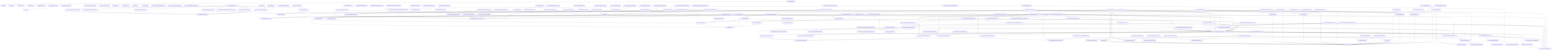
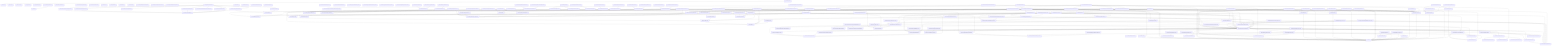
graph TD
  package__ankhorage_studio["@ankhorage/studio"]
  entrypoint_src_index_ts["src/index.ts"]
  package__ankhorage_studio --> entrypoint_src_index_ts
  module_knip_config_ts["knip.config.ts"]
  package__ankhorage_studio -.-> module_knip_config_ts
  module_paradox_config_ts["paradox.config.ts"]
  package__ankhorage_studio -.-> module_paradox_config_ts
  module_src_ankhAdmin_public_test_ts["src/ankhAdmin.public.test.ts"]
  package__ankhorage_studio -.-> module_src_ankhAdmin_public_test_ts
  module_src_ankhAdmin_public_test_ts --> module_src_root_ts
  module_src_app_index_ts["src/app/index.ts"]
  package__ankhorage_studio -.-> module_src_app_index_ts
  module_src_app_StudioApp_tsx["src/app/StudioApp.tsx"]
  package__ankhorage_studio -.-> module_src_app_StudioApp_tsx
  module_src_app_StudioDashboard_tsx["src/app/StudioDashboard.tsx"]
  package__ankhorage_studio -.-> module_src_app_StudioDashboard_tsx
  module_src_app_StudioDashboard_tsx --> module_src_hooks_useProjects_ts
  module_src_app_StudioDashboard_tsx --> module_src_hooks_useTemplateSummaries_ts
  module_src_app_StudioDashboard_tsx --> module_src_modules_dashboard_platform_ts
  module_src_app_StudioDashboard_tsx --> module_src_modules_dashboard_search_ts
  module_src_app_StudioDashboard_tsx --> module_src_modules_dashboard_templates_ts
  module_src_app_StudioDashboard_tsx --> module_src_modules_dashboard_types_ts
  module_src_app_StudioDashboard_tsx --> module_src_modules_dashboard_ui_DashboardSectionHeader_tsx
  module_src_app_StudioDashboard_tsx --> module_src_modules_dashboard_ui_ProjectCard_tsx
  module_src_app_StudioDashboard_tsx --> module_src_modules_dashboard_ui_TemplateCard_tsx
  module_src_authFlowContract_test_ts["src/authFlowContract.test.ts"]
  package__ankhorage_studio -.-> module_src_authFlowContract_test_ts
  module_src_authSettings_test_ts["src/authSettings.test.ts"]
  package__ankhorage_studio -.-> module_src_authSettings_test_ts
  module_src_authSettings_test_ts --> module_src_authSettings_ts
  module_src_authSettings_ts["src/authSettings.ts"]
  package__ankhorage_studio -.-> module_src_authSettings_ts
  module_src_canvasDragModel_public_test_ts["src/canvasDragModel.public.test.ts"]
  package__ankhorage_studio -.-> module_src_canvasDragModel_public_test_ts
  module_src_canvasDragModel_public_test_ts --> module_src_canvasDragModel_ts
  module_src_canvasDragModel_public_test_ts --> module_src_canvasDropZones_ts
  module_src_canvasDragModel_test_ts["src/canvasDragModel.test.ts"]
  package__ankhorage_studio -.-> module_src_canvasDragModel_test_ts
  module_src_canvasDragModel_test_ts --> module_src_canvasDragModel_ts
  module_src_canvasDragModel_test_ts --> module_src_canvasDropZones_ts
  module_src_canvasDragModel_ts["src/canvasDragModel.ts"]
  package__ankhorage_studio -.-> module_src_canvasDragModel_ts
  module_src_canvasDragModel_ts --> module_src_canvasDropZones_ts
  module_src_canvasDragModel_ts --> module_src_index_ts
  module_src_canvasDropZones_test_ts["src/canvasDropZones.test.ts"]
  package__ankhorage_studio -.-> module_src_canvasDropZones_test_ts
  module_src_canvasDropZones_test_ts --> module_src_canvasDropZones_ts
  module_src_canvasDropZones_test_ts --> module_src_index_ts
  module_src_canvasDropZones_ts["src/canvasDropZones.ts"]
  package__ankhorage_studio -.-> module_src_canvasDropZones_ts
  module_src_canvasDropZones_ts --> module_src_index_ts
  module_src_cli_index_ts["src/cli/index.ts"]
  package__ankhorage_studio -.-> module_src_cli_index_ts
  module_src_cli_index_ts --> module_src_host_createStudioHost_ts
  module_src_cli_index_ts --> module_src_host_http_server_ts
  module_src_cli_index_ts --> module_src_host_templateRegistry_index_ts
  module_src_cli_index_ts --> module_src_host_utils_workspaceRoot_ts
  module_src_core_constants_ts["src/core/constants.ts"]
  package__ankhorage_studio -.-> module_src_core_constants_ts
  module_src_core_StudioContext_ts["src/core/StudioContext.ts"]
  package__ankhorage_studio -.-> module_src_core_StudioContext_ts
  module_src_core_StudioContext_ts --> module_src_index_ts
  module_src_core_studioPackageBoundary_ts["src/core/studioPackageBoundary.ts"]
  package__ankhorage_studio -.-> module_src_core_studioPackageBoundary_ts
  module_src_core_StudioProvider_test_ts["src/core/StudioProvider.test.ts"]
  package__ankhorage_studio -.-> module_src_core_StudioProvider_test_ts
  module_src_core_StudioProvider_ts["src/core/StudioProvider.ts"]
  package__ankhorage_studio -.-> module_src_core_StudioProvider_ts
  module_src_core_StudioProvider_ts --> module_src_core_constants_ts
  module_src_core_StudioProvider_ts --> module_src_core_StudioContext_ts
  module_src_core_StudioProvider_ts --> module_src_index_ts
  module_src_core_StudioProvider_ts --> module_src_manifestState_ts
  module_src_core_StudioProvider_ts --> module_src_manifestSync_ts
  module_src_dnd_index_ts["src/dnd/index.ts"]
  package__ankhorage_studio -.-> module_src_dnd_index_ts
  module_src_dnd_primitives_ts["src/dnd/primitives.ts"]
  package__ankhorage_studio -.-> module_src_dnd_primitives_ts
  module_src_dnd_state_ts["src/dnd/state.ts"]
  package__ankhorage_studio -.-> module_src_dnd_state_ts
  module_src_hooks_useProjects_ts["src/hooks/useProjects.ts"]
  package__ankhorage_studio -.-> module_src_hooks_useProjects_ts
  module_src_hooks_useProjects_ts --> module_src_core_constants_ts
  module_src_hooks_useTemplateSummaries_ts["src/hooks/useTemplateSummaries.ts"]
  package__ankhorage_studio -.-> module_src_hooks_useTemplateSummaries_ts
  module_src_hooks_useTemplateSummaries_ts --> module_src_core_constants_ts
  module_src_hooks_useTemplateSummaries_ts --> module_src_modules_dashboard_types_ts
  module_src_host_auth_projectAuthHealthService_ts["src/host/auth/projectAuthHealthService.ts"]
  package__ankhorage_studio -.-> module_src_host_auth_projectAuthHealthService_ts
  module_src_host_auth_projectAuthHealthService_ts --> module_src_host_orchestrator_projectManager_ts
  module_src_host_auth_projectAuthHealthService_ts --> module_src_host_secrets_projectSecretService_ts
  module_src_host_auth_projectAuthHealthService_ts --> module_src_projectAuthHealth_ts
  module_src_host_auth_projectAuthService_test_ts["src/host/auth/projectAuthService.test.ts"]
  package__ankhorage_studio -.-> module_src_host_auth_projectAuthService_test_ts
  module_src_host_auth_projectAuthService_test_ts --> module_src_host_auth_projectAuthService_ts
  module_src_host_auth_projectAuthService_ts["src/host/auth/projectAuthService.ts"]
  package__ankhorage_studio -.-> module_src_host_auth_projectAuthService_ts
  module_src_host_auth_projectAuthService_ts --> module_src_authSettings_ts
  module_src_host_auth_projectAuthService_ts --> module_src_host_orchestrator_projectManager_ts
  module_src_host_createStudioHost_ts["src/host/createStudioHost.ts"]
  package__ankhorage_studio -.-> module_src_host_createStudioHost_ts
  module_src_host_createStudioHost_ts --> module_src_host_orchestrator_infraRuntime_ts
  module_src_host_createStudioHost_ts --> module_src_host_orchestrator_moduleManager_ts
  module_src_host_createStudioHost_ts --> module_src_host_orchestrator_projectManager_ts
  module_src_host_generatedAuthAdapterRuntime_smoke_test_ts["src/host/generatedAuthAdapterRuntime.smoke.test.ts"]
  package__ankhorage_studio -.-> module_src_host_generatedAuthAdapterRuntime_smoke_test_ts
  module_src_host_generatedAuthAdapterRuntime_smoke_test_ts --> module_src_host_orchestrator_moduleManager_ts
  module_src_host_generatedAuthAdapterRuntime_smoke_test_ts --> module_src_host_orchestrator_projectManager_ts
  module_src_host_generatedAuthAdapterRuntime_smoke_test_ts --> module_src_host_templateRegistry_index_ts
  module_src_host_hostLifecycle_smoke_test_ts["src/host/hostLifecycle.smoke.test.ts"]
  package__ankhorage_studio -.-> module_src_host_hostLifecycle_smoke_test_ts
  module_src_host_hostLifecycle_smoke_test_ts --> module_src_host_orchestrator_moduleManager_ts
  module_src_host_hostLifecycle_smoke_test_ts --> module_src_host_orchestrator_projectManager_ts
  module_src_host_hostLifecycle_smoke_test_ts --> module_src_host_templateRegistry_index_ts
  module_src_host_hostOwnership_test_ts["src/host/hostOwnership.test.ts"]
  package__ankhorage_studio -.-> module_src_host_hostOwnership_test_ts
  module_src_host_hostOwnership_test_ts --> module_src_host_http_security_ts
  module_src_host_hostOwnership_test_ts --> module_src_host_orchestrator_projectPaths_ts
  module_src_host_hostOwnership_test_ts --> module_src_host_utils_workspaceRoot_ts
  module_src_host_http_authRoutes_ts["src/host/http/authRoutes.ts"]
  package__ankhorage_studio -.-> module_src_host_http_authRoutes_ts
  module_src_host_http_authRoutes_ts --> module_src_host_auth_projectAuthHealthService_ts
  module_src_host_http_authRoutes_ts --> module_src_host_auth_projectAuthService_ts
  module_src_host_http_authRoutes_ts --> module_src_host_orchestrator_projectManager_ts
  module_src_host_http_authRoutes_ts --> module_src_host_secrets_projectSecretService_ts
  module_src_host_http_secretRoutes_ts["src/host/http/secretRoutes.ts"]
  package__ankhorage_studio -.-> module_src_host_http_secretRoutes_ts
  module_src_host_http_secretRoutes_ts --> module_src_host_orchestrator_projectManager_ts
  module_src_host_http_secretRoutes_ts --> module_src_host_secrets_projectSecretService_ts
  module_src_host_http_security_ts["src/host/http/security.ts"]
  package__ankhorage_studio -.-> module_src_host_http_security_ts
  module_src_host_http_server_ts["src/host/http/server.ts"]
  package__ankhorage_studio -.-> module_src_host_http_server_ts
  module_src_host_http_server_ts --> module_src_host_http_security_ts
  module_src_host_http_server_ts --> module_src_host_orchestrator_infraRuntime_ts
  module_src_host_http_server_ts --> module_src_host_orchestrator_moduleManager_ts
  module_src_host_http_server_ts --> module_src_host_orchestrator_projectManager_ts
  module_src_host_http_server_ts --> module_src_host_orchestrator_resolveMutations_ts
  module_src_host_http_server_ts --> module_src_host_orchestrator_studioInfraUp_ts
  module_src_host_http_server_ts --> module_src_host_templateRegistry_index_ts
  module_src_host_http_server_ts --> module_src_host_utils_trimOutput_ts
  module_src_host_http_server_ts --> module_src_host_utils_workspaceRoot_ts
  module_src_host_http_serverWithSecrets_ts["src/host/http/serverWithSecrets.ts"]
  package__ankhorage_studio -.-> module_src_host_http_serverWithSecrets_ts
  module_src_host_http_serverWithSecrets_ts --> module_src_host_http_authRoutes_ts
  module_src_host_http_serverWithSecrets_ts --> module_src_host_http_secretRoutes_ts
  module_src_host_http_serverWithSecrets_ts --> module_src_host_http_server_ts
  module_src_host_http_serverWithSecrets_ts --> module_src_host_orchestrator_moduleManager_ts
  module_src_host_http_serverWithSecrets_ts --> module_src_host_orchestrator_projectManager_ts
  module_src_host_http_serverWithSecrets_ts --> module_src_host_utils_workspaceRoot_ts
  module_src_host_http_standalone_ts["src/host/http/standalone.ts"]
  package__ankhorage_studio -.-> module_src_host_http_standalone_ts
  module_src_host_http_standalone_ts --> module_src_host_http_serverWithSecrets_ts
  module_src_host_index_ts["src/host/index.ts"]
  package__ankhorage_studio -.-> module_src_host_index_ts
  module_src_host_layout_auth_resolveAuthLayoutPlan_test_ts["src/host/layout/auth/resolveAuthLayoutPlan.test.ts"]
  package__ankhorage_studio -.-> module_src_host_layout_auth_resolveAuthLayoutPlan_test_ts
  module_src_host_layout_auth_resolveAuthLayoutPlan_test_ts --> module_src_host_layout_auth_resolveAuthLayoutPlan_ts
  module_src_host_layout_auth_resolveAuthLayoutPlan_ts["src/host/layout/auth/resolveAuthLayoutPlan.ts"]
  package__ankhorage_studio -.-> module_src_host_layout_auth_resolveAuthLayoutPlan_ts
  module_src_host_layout_layoutGenerator_test_ts["src/host/layout/layoutGenerator.test.ts"]
  package__ankhorage_studio -.-> module_src_host_layout_layoutGenerator_test_ts
  module_src_host_layout_layoutGenerator_test_ts --> module_src_host_layout_layoutGenerator_ts
  module_src_host_layout_layoutGenerator_ts["src/host/layout/layoutGenerator.ts"]
  package__ankhorage_studio -.-> module_src_host_layout_layoutGenerator_ts
  module_src_host_layout_layoutGenerator_ts --> module_src_host_layout_auth_resolveAuthLayoutPlan_ts
  module_src_host_layout_layoutGenerator_ts --> module_src_host_layout_templates_index_ts
  module_src_host_layout_layoutGenerator_ts --> module_src_host_modules_layout_ts
  module_src_host_layout_layoutGenerator_ts --> module_src_index_ts
  module_src_host_layout_layoutGenerator_ts --> module_src_studioAdminRouteModel_ts
  module_src_host_layout_templates_auth_adapter_ts["src/host/layout/templates/auth/adapter.ts"]
  package__ankhorage_studio -.-> module_src_host_layout_templates_auth_adapter_ts
  module_src_host_layout_templates_auth_callback_ts["src/host/layout/templates/auth/callback.ts"]
  package__ankhorage_studio -.-> module_src_host_layout_templates_auth_callback_ts
  module_src_host_layout_templates_auth_callback_ts --> module_src_host_layout_templates_utils_routes_ts
  module_src_host_layout_templates_auth_callback_ts --> module_src_host_layout_utils_escapeStringLiteral_ts
  module_src_host_layout_templates_auth_oauth_ts["src/host/layout/templates/auth/oauth.ts"]
  package__ankhorage_studio -.-> module_src_host_layout_templates_auth_oauth_ts
  module_src_host_layout_templates_auth_oauth_ts --> module_src_host_layout_auth_resolveAuthLayoutPlan_ts
  module_src_host_layout_templates_auth_oauth_ts --> module_src_host_layout_utils_escapeStringLiteral_ts
  module_src_host_layout_templates_auth_screen_ts["src/host/layout/templates/auth/screen.ts"]
  package__ankhorage_studio -.-> module_src_host_layout_templates_auth_screen_ts
  module_src_host_layout_templates_auth_screen_ts --> module_src_host_layout_auth_resolveAuthLayoutPlan_ts
  module_src_host_layout_templates_auth_screen_ts --> module_src_host_layout_templates_utils_routes_ts
  module_src_host_layout_templates_auth_screen_ts --> module_src_host_layout_templates_utils_strings_ts
  module_src_host_layout_templates_auth_screen_ts --> module_src_host_layout_utils_escapeStringLiteral_ts
  module_src_host_layout_templates_auth_session_ts["src/host/layout/templates/auth/session.ts"]
  package__ankhorage_studio -.-> module_src_host_layout_templates_auth_session_ts
  module_src_host_layout_templates_auth_signOut_ts["src/host/layout/templates/auth/signOut.ts"]
  package__ankhorage_studio -.-> module_src_host_layout_templates_auth_signOut_ts
  module_src_host_layout_templates_index_ts["src/host/layout/templates/index.ts"]
  package__ankhorage_studio -.-> module_src_host_layout_templates_index_ts
  module_src_host_layout_templates_navigation_ts["src/host/layout/templates/navigation.ts"]
  package__ankhorage_studio -.-> module_src_host_layout_templates_navigation_ts
  module_src_host_layout_templates_navigation_ts --> module_src_host_layout_utils_escapeStringLiteral_ts
  module_src_host_layout_templates_nestedLayout_ts["src/host/layout/templates/nestedLayout.ts"]
  package__ankhorage_studio -.-> module_src_host_layout_templates_nestedLayout_ts
  module_src_host_layout_templates_nestedLayout_ts --> module_src_host_layout_templates_navigation_ts
  module_src_host_layout_templates_nestedLayout_ts --> module_src_host_layout_templates_utils_strings_ts
  module_src_host_layout_templates_redirect_ts["src/host/layout/templates/redirect.ts"]
  package__ankhorage_studio -.-> module_src_host_layout_templates_redirect_ts
  module_src_host_layout_templates_redirect_ts --> module_src_host_layout_utils_escapeStringLiteral_ts
  module_src_host_layout_templates_rootLayout_test_ts["src/host/layout/templates/rootLayout.test.ts"]
  package__ankhorage_studio -.-> module_src_host_layout_templates_rootLayout_test_ts
  module_src_host_layout_templates_rootLayout_test_ts --> module_src_host_layout_templates_rootLayout_ts
  module_src_host_layout_templates_rootLayout_ts["src/host/layout/templates/rootLayout.ts"]
  package__ankhorage_studio -.-> module_src_host_layout_templates_rootLayout_ts
  module_src_host_layout_templates_rootLayout_ts --> module_src_host_layout_templates_navigation_ts
  module_src_host_layout_templates_rootLayout_ts --> module_src_host_layout_templates_utils_routes_ts
  module_src_host_layout_templates_rootLayout_ts --> module_src_host_layout_utils_escapeStringLiteral_ts
  module_src_host_layout_templates_rootLayout_ts --> module_src_host_modules_layout_ts
  module_src_host_layout_templates_screen_ts["src/host/layout/templates/screen.ts"]
  package__ankhorage_studio -.-> module_src_host_layout_templates_screen_ts
  module_src_host_layout_templates_screen_ts --> module_src_host_layout_templates_utils_strings_ts
  module_src_host_layout_templates_screen_ts --> module_src_host_layout_utils_escapeStringLiteral_ts
  module_src_host_layout_templates_utils_routes_ts["src/host/layout/templates/utils/routes.ts"]
  package__ankhorage_studio -.-> module_src_host_layout_templates_utils_routes_ts
  module_src_host_layout_templates_utils_strings_ts["src/host/layout/templates/utils/strings.ts"]
  package__ankhorage_studio -.-> module_src_host_layout_templates_utils_strings_ts
  module_src_host_layout_utils_escapeStringLiteral_ts["src/host/layout/utils/escapeStringLiteral.ts"]
  package__ankhorage_studio -.-> module_src_host_layout_utils_escapeStringLiteral_ts
  module_src_host_manifestSystem_auth_index_ts["src/host/manifestSystem/auth/index.ts"]
  package__ankhorage_studio -.-> module_src_host_manifestSystem_auth_index_ts
  module_src_host_manifestSystem_auth_shared_global_auth_system_tpl_ts["src/host/manifestSystem/auth/shared/global.auth.system.tpl.ts"]
  package__ankhorage_studio -.-> module_src_host_manifestSystem_auth_shared_global_auth_system_tpl_ts
  module_src_host_manifestSystem_auth_shared_index_ts["src/host/manifestSystem/auth/shared/index.ts"]
  package__ankhorage_studio -.-> module_src_host_manifestSystem_auth_shared_index_ts
  module_src_host_manifestSystem_auth_shared_index_ts --> module_src_host_manifestSystem_auth_shared_global_auth_system_tpl_ts
  module_src_host_manifestSystem_auth_shared_index_ts --> module_src_host_manifestSystem_types_ts
  module_src_host_manifestSystem_index_ts["src/host/manifestSystem/index.ts"]
  package__ankhorage_studio -.-> module_src_host_manifestSystem_index_ts
  module_src_host_manifestSystem_index_ts --> module_src_host_manifestSystem_auth_index_ts
  module_src_host_manifestSystem_index_ts --> module_src_host_manifestSystem_types_ts
  module_src_host_manifestSystem_index_ts --> module_src_host_utils_requirementsInference_ts
  module_src_host_manifestSystem_types_ts["src/host/manifestSystem/types.ts"]
  package__ankhorage_studio -.-> module_src_host_manifestSystem_types_ts
  module_src_host_modules_catalog_ts["src/host/modules/catalog.ts"]
  package__ankhorage_studio -.-> module_src_host_modules_catalog_ts
  module_src_host_modules_catalog_ts --> module_src_host_modules_layout_ts
  module_src_host_modules_layout_ts["src/host/modules/layout.ts"]
  package__ankhorage_studio -.-> module_src_host_modules_layout_ts
  module_src_host_modules_runtime_LocalFsTargetAdapter_ts["src/host/modules/runtime/LocalFsTargetAdapter.ts"]
  package__ankhorage_studio -.-> module_src_host_modules_runtime_LocalFsTargetAdapter_ts
  module_src_host_oauthFixtureConsumer_smoke_test_ts["src/host/oauthFixtureConsumer.smoke.test.ts"]
  package__ankhorage_studio -.-> module_src_host_oauthFixtureConsumer_smoke_test_ts
  module_src_host_oauthFixtureConsumer_smoke_test_ts --> module_src_host_orchestrator_moduleManager_ts
  module_src_host_oauthFixtureConsumer_smoke_test_ts --> module_src_host_orchestrator_projectManager_ts
  module_src_host_oauthFixtureConsumer_smoke_test_ts --> module_src_host_templateRegistry_index_ts
  module_src_host_orchestrator_generatedAppFiles_ts["src/host/orchestrator/generatedAppFiles.ts"]
  package__ankhorage_studio -.-> module_src_host_orchestrator_generatedAppFiles_ts
  module_src_host_orchestrator_generatedAppFiles_ts --> module_src_host_zoraExtensions_index_ts
  module_src_host_orchestrator_generatedRouteCleanup_ts["src/host/orchestrator/generatedRouteCleanup.ts"]
  package__ankhorage_studio -.-> module_src_host_orchestrator_generatedRouteCleanup_ts
  module_src_host_orchestrator_infraGenerator_ts["src/host/orchestrator/infraGenerator.ts"]
  package__ankhorage_studio -.-> module_src_host_orchestrator_infraGenerator_ts
  module_src_host_orchestrator_infraGenerator_ts --> module_src_host_orchestrator_infraValidation_ts
  module_src_host_orchestrator_infraRuntime_test_ts["src/host/orchestrator/infraRuntime.test.ts"]
  package__ankhorage_studio -.-> module_src_host_orchestrator_infraRuntime_test_ts
  module_src_host_orchestrator_infraRuntime_test_ts --> module_src_host_orchestrator_infraRuntime_ts
  module_src_host_orchestrator_infraRuntime_ts["src/host/orchestrator/infraRuntime.ts"]
  package__ankhorage_studio -.-> module_src_host_orchestrator_infraRuntime_ts
  module_src_host_orchestrator_infraRuntime_ts --> module_src_host_orchestrator_projectPaths_ts
  module_src_host_orchestrator_infraValidation_ts["src/host/orchestrator/infraValidation.ts"]
  package__ankhorage_studio -.-> module_src_host_orchestrator_infraValidation_ts
  module_src_host_orchestrator_moduleManager_ts["src/host/orchestrator/moduleManager.ts"]
  package__ankhorage_studio -.-> module_src_host_orchestrator_moduleManager_ts
  module_src_host_orchestrator_moduleManager_ts --> module_src_host_modules_catalog_ts
  module_src_host_orchestrator_moduleManager_ts --> module_src_host_modules_runtime_LocalFsTargetAdapter_ts
  module_src_host_orchestrator_moduleManager_ts --> module_src_host_orchestrator_projectManager_ts
  module_src_host_orchestrator_moduleManager_ts --> module_src_host_orchestrator_resolveMutations_ts
  module_src_host_orchestrator_projectDeletion_test_ts["src/host/orchestrator/projectDeletion.test.ts"]
  package__ankhorage_studio -.-> module_src_host_orchestrator_projectDeletion_test_ts
  module_src_host_orchestrator_projectDeletion_test_ts --> module_src_host_orchestrator_projectDeletion_ts
  module_src_host_orchestrator_projectDeletion_ts["src/host/orchestrator/projectDeletion.ts"]
  package__ankhorage_studio -.-> module_src_host_orchestrator_projectDeletion_ts
  module_src_host_orchestrator_projectManager_ts["src/host/orchestrator/projectManager.ts"]
  package__ankhorage_studio -.-> module_src_host_orchestrator_projectManager_ts
  module_src_host_orchestrator_projectManager_ts --> module_src_host_layout_layoutGenerator_ts
  module_src_host_orchestrator_projectManager_ts --> module_src_host_manifestSystem_index_ts
  module_src_host_orchestrator_projectManager_ts --> module_src_host_modules_layout_ts
  module_src_host_orchestrator_projectManager_ts --> module_src_host_orchestrator_generatedRouteCleanup_ts
  module_src_host_orchestrator_projectManager_ts --> module_src_host_orchestrator_infraGenerator_ts
  module_src_host_orchestrator_projectManager_ts --> module_src_host_orchestrator_infraRuntime_ts
  module_src_host_orchestrator_projectManager_ts --> module_src_host_orchestrator_projectDeletion_ts
  module_src_host_orchestrator_projectManager_ts --> module_src_host_orchestrator_projectPaths_ts
  module_src_host_orchestrator_projectManager_ts --> module_src_host_orchestrator_projectStore_ts
  module_src_host_orchestrator_projectManager_ts --> module_src_host_orchestrator_resolveMutations_ts
  module_src_host_orchestrator_projectManager_ts --> module_src_host_orchestrator_scaffolder_ts
  module_src_host_orchestrator_projectManager_ts --> module_src_host_orchestrator_templates_ts
  module_src_host_orchestrator_projectManager_ts --> module_src_host_orchestrator_workspaceRuntime_ts
  module_src_host_orchestrator_projectManager_ts --> module_src_host_templateRegistry_index_ts
  module_src_host_orchestrator_projectManager_ts --> module_src_host_zoraExtensions_index_ts
  module_src_host_orchestrator_projectManagerDeletion_test_ts["src/host/orchestrator/projectManagerDeletion.test.ts"]
  package__ankhorage_studio -.-> module_src_host_orchestrator_projectManagerDeletion_test_ts
  module_src_host_orchestrator_projectManagerDeletion_test_ts --> module_src_host_orchestrator_projectManager_ts
  module_src_host_orchestrator_projectPaths_ts["src/host/orchestrator/projectPaths.ts"]
  package__ankhorage_studio -.-> module_src_host_orchestrator_projectPaths_ts
  module_src_host_orchestrator_projectStore_ts["src/host/orchestrator/projectStore.ts"]
  package__ankhorage_studio -.-> module_src_host_orchestrator_projectStore_ts
  module_src_host_orchestrator_projectStore_ts --> module_src_host_orchestrator_projectPaths_ts
  module_src_host_orchestrator_resolveMutations_ts["src/host/orchestrator/resolveMutations.ts"]
  package__ankhorage_studio -.-> module_src_host_orchestrator_resolveMutations_ts
  module_src_host_orchestrator_resolveMutations_ts --> module_src_host_modules_catalog_ts
  module_src_host_orchestrator_resolveMutations_ts --> module_src_host_modules_layout_ts
  module_src_host_orchestrator_scaffolder_ts["src/host/orchestrator/scaffolder.ts"]
  package__ankhorage_studio -.-> module_src_host_orchestrator_scaffolder_ts
  module_src_host_orchestrator_scaffolder_ts --> module_src_host_manifestSystem_index_ts
  module_src_host_orchestrator_scaffolder_ts --> module_src_host_orchestrator_generatedAppFiles_ts
  module_src_host_orchestrator_scaffolder_ts --> module_src_host_orchestrator_templates_ts
  module_src_host_orchestrator_scaffolder_ts --> module_src_host_templateRegistry_index_ts
  module_src_host_orchestrator_scaffolder_ts --> module_src_host_zoraExtensions_index_ts
  module_src_host_orchestrator_studioInfraUp_ts["src/host/orchestrator/studioInfraUp.ts"]
  package__ankhorage_studio -.-> module_src_host_orchestrator_studioInfraUp_ts
  module_src_host_orchestrator_studioInfraUp_ts --> module_src_host_orchestrator_infraRuntime_ts
  module_src_host_orchestrator_studioInfraUp_ts --> module_src_host_orchestrator_projectManager_ts
  module_src_host_orchestrator_studioInfraUp_ts --> module_src_host_secrets_trustedOAuthInfraEnvironment_ts
  module_src_host_orchestrator_templates_test_ts["src/host/orchestrator/templates.test.ts"]
  package__ankhorage_studio -.-> module_src_host_orchestrator_templates_test_ts
  module_src_host_orchestrator_templates_test_ts --> module_src_host_orchestrator_templates_ts
  module_src_host_orchestrator_templates_ts["src/host/orchestrator/templates.ts"]
  package__ankhorage_studio -.-> module_src_host_orchestrator_templates_ts
  module_src_host_orchestrator_workspaceRuntime_ts["src/host/orchestrator/workspaceRuntime.ts"]
  package__ankhorage_studio -.-> module_src_host_orchestrator_workspaceRuntime_ts
  module_src_host_secrets_bunSupabaseVaultClient_ts["src/host/secrets/bunSupabaseVaultClient.ts"]
  package__ankhorage_studio -.-> module_src_host_secrets_bunSupabaseVaultClient_ts
  module_src_host_secrets_projectSecretService_test_ts["src/host/secrets/projectSecretService.test.ts"]
  package__ankhorage_studio -.-> module_src_host_secrets_projectSecretService_test_ts
  module_src_host_secrets_projectSecretService_test_ts --> module_src_host_secrets_projectSecretService_ts
  module_src_host_secrets_projectSecretService_ts["src/host/secrets/projectSecretService.ts"]
  package__ankhorage_studio -.-> module_src_host_secrets_projectSecretService_ts
  module_src_host_secrets_projectSecretService_ts --> module_src_host_orchestrator_projectManager_ts
  module_src_host_secrets_projectSecretService_ts --> module_src_host_orchestrator_projectPaths_ts
  module_src_host_secrets_projectSecretService_ts --> module_src_host_secrets_bunSupabaseVaultClient_ts
  module_src_host_secrets_projectSecretService_ts --> module_src_host_secrets_resolveProjectSecretDatabaseUrl_ts
  module_src_host_secrets_projectSecretService_ts --> module_src_projectSecretUsage_ts
  module_src_host_secrets_resolveProjectSecretDatabaseUrl_test_ts["src/host/secrets/resolveProjectSecretDatabaseUrl.test.ts"]
  package__ankhorage_studio -.-> module_src_host_secrets_resolveProjectSecretDatabaseUrl_test_ts
  module_src_host_secrets_resolveProjectSecretDatabaseUrl_test_ts --> module_src_host_secrets_resolveProjectSecretDatabaseUrl_ts
  module_src_host_secrets_resolveProjectSecretDatabaseUrl_ts["src/host/secrets/resolveProjectSecretDatabaseUrl.ts"]
  package__ankhorage_studio -.-> module_src_host_secrets_resolveProjectSecretDatabaseUrl_ts
  module_src_host_secrets_trustedOAuthInfraEnvironment_test_ts["src/host/secrets/trustedOAuthInfraEnvironment.test.ts"]
  package__ankhorage_studio -.-> module_src_host_secrets_trustedOAuthInfraEnvironment_test_ts
  module_src_host_secrets_trustedOAuthInfraEnvironment_test_ts --> module_src_host_secrets_trustedOAuthInfraEnvironment_ts
  module_src_host_secrets_trustedOAuthInfraEnvironment_ts["src/host/secrets/trustedOAuthInfraEnvironment.ts"]
  package__ankhorage_studio -.-> module_src_host_secrets_trustedOAuthInfraEnvironment_ts
  module_src_host_secrets_trustedOAuthInfraEnvironment_ts --> module_src_host_orchestrator_projectManager_ts
  module_src_host_secrets_trustedOAuthInfraEnvironment_ts --> module_src_host_secrets_projectSecretService_ts
  module_src_host_studioInfra_e2e_test_ts["src/host/studioInfra.e2e.test.ts"]
  package__ankhorage_studio -.-> module_src_host_studioInfra_e2e_test_ts
  module_src_host_studioInfra_e2e_test_ts --> module_src_host_orchestrator_infraRuntime_ts
  module_src_host_studioInfra_e2e_test_ts --> module_src_host_orchestrator_projectManager_ts
  module_src_host_studioInfra_e2e_test_ts --> module_src_host_orchestrator_studioInfraUp_ts
  module_src_host_studioInfra_e2e_test_ts --> module_src_host_secrets_trustedOAuthInfraEnvironment_ts
  module_src_host_templateRegistry_index_ts["src/host/templateRegistry/index.ts"]
  package__ankhorage_studio -.-> module_src_host_templateRegistry_index_ts
  module_src_host_utils_requirementsInference_ts["src/host/utils/requirementsInference.ts"]
  package__ankhorage_studio -.-> module_src_host_utils_requirementsInference_ts
  module_src_host_utils_trimOutput_ts["src/host/utils/trimOutput.ts"]
  package__ankhorage_studio -.-> module_src_host_utils_trimOutput_ts
  module_src_host_utils_workspaceRoot_ts["src/host/utils/workspaceRoot.ts"]
  package__ankhorage_studio -.-> module_src_host_utils_workspaceRoot_ts
  module_src_host_zoraExtensions_index_ts["src/host/zoraExtensions/index.ts"]
  package__ankhorage_studio -.-> module_src_host_zoraExtensions_index_ts
  module_src_host_zoraExtensions_index_ts --> module_src_host_templateRegistry_index_ts
  module_src_index_test_ts["src/index.test.ts"]
  package__ankhorage_studio -.-> module_src_index_test_ts
  module_src_index_test_ts --> module_src_index_ts
  module_src_index_ts["src/index.ts"]
  module_src_insertModalModel_public_test_ts["src/insertModalModel.public.test.ts"]
  package__ankhorage_studio -.-> module_src_insertModalModel_public_test_ts
  module_src_insertModalModel_public_test_ts --> module_src_index_ts
  module_src_insertModalModel_public_test_ts --> module_src_insertModalModel_ts
  module_src_insertModalModel_test_ts["src/insertModalModel.test.ts"]
  package__ankhorage_studio -.-> module_src_insertModalModel_test_ts
  module_src_insertModalModel_test_ts --> module_src_index_ts
  module_src_insertModalModel_test_ts --> module_src_insertModalModel_ts
  module_src_insertModalModel_ts["src/insertModalModel.ts"]
  package__ankhorage_studio -.-> module_src_insertModalModel_ts
  module_src_insertModalModel_ts --> module_src_index_ts
  module_src_localizationConfig_public_test_ts["src/localizationConfig.public.test.ts"]
  package__ankhorage_studio -.-> module_src_localizationConfig_public_test_ts
  module_src_localizationConfig_public_test_ts --> module_src_localizationConfig_ts
  module_src_localizationConfig_test_ts["src/localizationConfig.test.ts"]
  package__ankhorage_studio -.-> module_src_localizationConfig_test_ts
  module_src_localizationConfig_test_ts --> module_src_localizationConfig_ts
  module_src_localizationConfig_ts["src/localizationConfig.ts"]
  package__ankhorage_studio -.-> module_src_localizationConfig_ts
  module_src_localizationPanelModel_test_ts["src/localizationPanelModel.test.ts"]
  package__ankhorage_studio -.-> module_src_localizationPanelModel_test_ts
  module_src_localizationPanelModel_test_ts --> module_src_localizationPanelModel_ts
  module_src_localizationPanelModel_ts["src/localizationPanelModel.ts"]
  package__ankhorage_studio -.-> module_src_localizationPanelModel_ts
  module_src_manifestNavigatorPreviewModel_public_test_ts["src/manifestNavigatorPreviewModel.public.test.ts"]
  package__ankhorage_studio -.-> module_src_manifestNavigatorPreviewModel_public_test_ts
  module_src_manifestNavigatorPreviewModel_public_test_ts --> module_src_manifestNavigatorPreviewModel_ts
  module_src_manifestNavigatorPreviewModel_test_ts["src/manifestNavigatorPreviewModel.test.ts"]
  package__ankhorage_studio -.-> module_src_manifestNavigatorPreviewModel_test_ts
  module_src_manifestNavigatorPreviewModel_test_ts --> module_src_manifestNavigatorPreviewModel_ts
  module_src_manifestNavigatorPreviewModel_ts["src/manifestNavigatorPreviewModel.ts"]
  package__ankhorage_studio -.-> module_src_manifestNavigatorPreviewModel_ts
  module_src_manifestNavigatorPreviewModel_ts --> module_src_routeUtils_ts
  module_src_manifestState_public_test_ts["src/manifestState.public.test.ts"]
  package__ankhorage_studio -.-> module_src_manifestState_public_test_ts
  module_src_manifestState_public_test_ts --> module_src_index_ts
  module_src_manifestState_public_test_ts --> module_src_manifestState_ts
  module_src_manifestState_routes_test_ts["src/manifestState.routes.test.ts"]
  package__ankhorage_studio -.-> module_src_manifestState_routes_test_ts
  module_src_manifestState_routes_test_ts --> module_src_index_ts
  module_src_manifestState_routes_test_ts --> module_src_manifestState_ts
  module_src_manifestState_test_ts["src/manifestState.test.ts"]
  package__ankhorage_studio -.-> module_src_manifestState_test_ts
  module_src_manifestState_test_ts --> module_src_index_ts
  module_src_manifestState_test_ts --> module_src_manifestState_ts
  module_src_manifestState_ts["src/manifestState.ts"]
  package__ankhorage_studio -.-> module_src_manifestState_ts
  module_src_manifestState_ts --> module_src_index_ts
  module_src_manifestSync_test_ts["src/manifestSync.test.ts"]
  package__ankhorage_studio -.-> module_src_manifestSync_test_ts
  module_src_manifestSync_test_ts --> module_src_index_ts
  module_src_manifestSync_test_ts --> module_src_manifestSync_ts
  module_src_manifestSync_ts["src/manifestSync.ts"]
  package__ankhorage_studio -.-> module_src_manifestSync_ts
  module_src_manifestSync_ts --> module_src_index_ts
  module_src_modules_dashboard_platform_ts["src/modules/dashboard/platform.ts"]
  package__ankhorage_studio -.-> module_src_modules_dashboard_platform_ts
  module_src_modules_dashboard_search_ts["src/modules/dashboard/search.ts"]
  package__ankhorage_studio -.-> module_src_modules_dashboard_search_ts
  module_src_modules_dashboard_search_ts --> module_src_modules_dashboard_types_ts
  module_src_modules_dashboard_templates_ts["src/modules/dashboard/templates.ts"]
  package__ankhorage_studio -.-> module_src_modules_dashboard_templates_ts
  module_src_modules_dashboard_templates_ts --> module_src_modules_dashboard_types_ts
  module_src_modules_dashboard_types_ts["src/modules/dashboard/types.ts"]
  package__ankhorage_studio -.-> module_src_modules_dashboard_types_ts
  module_src_modules_dashboard_ui_DashboardSectionHeader_tsx["src/modules/dashboard/ui/DashboardSectionHeader.tsx"]
  package__ankhorage_studio -.-> module_src_modules_dashboard_ui_DashboardSectionHeader_tsx
  module_src_modules_dashboard_ui_ProjectCard_tsx["src/modules/dashboard/ui/ProjectCard.tsx"]
  package__ankhorage_studio -.-> module_src_modules_dashboard_ui_ProjectCard_tsx
  module_src_modules_dashboard_ui_ProjectCard_tsx --> module_src_modules_dashboard_types_ts
  module_src_modules_dashboard_ui_TemplateCard_tsx["src/modules/dashboard/ui/TemplateCard.tsx"]
  package__ankhorage_studio -.-> module_src_modules_dashboard_ui_TemplateCard_tsx
  module_src_modules_dashboard_ui_TemplateCard_tsx --> module_src_modules_dashboard_types_ts
  module_src_projectAuthApi_test_ts["src/projectAuthApi.test.ts"]
  package__ankhorage_studio -.-> module_src_projectAuthApi_test_ts
  module_src_projectAuthApi_test_ts --> module_src_authSettings_ts
  module_src_projectAuthApi_test_ts --> module_src_projectAuthApi_ts
  module_src_projectAuthApi_ts["src/projectAuthApi.ts"]
  package__ankhorage_studio -.-> module_src_projectAuthApi_ts
  module_src_projectAuthApi_ts --> module_src_authSettings_ts
  module_src_projectAuthApi_ts --> module_src_projectAuthHealth_ts
  module_src_projectAuthApi_ts --> module_src_secretResponseGuard_ts
  module_src_projectAuthHealth_test_ts["src/projectAuthHealth.test.ts"]
  package__ankhorage_studio -.-> module_src_projectAuthHealth_test_ts
  module_src_projectAuthHealth_test_ts --> module_src_projectAuthHealth_ts
  module_src_projectAuthHealth_ts["src/projectAuthHealth.ts"]
  package__ankhorage_studio -.-> module_src_projectAuthHealth_ts
  module_src_projectAuthHealth_ts --> module_src_authSettings_ts
  module_src_projectSecretApi_test_ts["src/projectSecretApi.test.ts"]
  package__ankhorage_studio -.-> module_src_projectSecretApi_test_ts
  module_src_projectSecretApi_test_ts --> module_src_projectSecretApi_ts
  module_src_projectSecretApi_ts["src/projectSecretApi.ts"]
  package__ankhorage_studio -.-> module_src_projectSecretApi_ts
  module_src_projectSecretApi_ts --> module_src_projectSecretUsage_ts
  module_src_projectSecretApi_ts --> module_src_secretResponseGuard_ts
  module_src_projectSecretUsage_test_ts["src/projectSecretUsage.test.ts"]
  package__ankhorage_studio -.-> module_src_projectSecretUsage_test_ts
  module_src_projectSecretUsage_test_ts --> module_src_projectSecretUsage_ts
  module_src_projectSecretUsage_ts["src/projectSecretUsage.ts"]
  package__ankhorage_studio -.-> module_src_projectSecretUsage_ts
  module_src_root_test_ts["src/root.test.ts"]
  package__ankhorage_studio -.-> module_src_root_test_ts
  module_src_root_ts["src/root.ts"]
  package__ankhorage_studio -.-> module_src_root_ts
  module_src_routeUtils_public_test_ts["src/routeUtils.public.test.ts"]
  package__ankhorage_studio -.-> module_src_routeUtils_public_test_ts
  module_src_routeUtils_public_test_ts --> module_src_routeUtils_ts
  module_src_routeUtils_test_ts["src/routeUtils.test.ts"]
  package__ankhorage_studio -.-> module_src_routeUtils_test_ts
  module_src_routeUtils_test_ts --> module_src_routeUtils_ts
  module_src_routeUtils_ts["src/routeUtils.ts"]
  package__ankhorage_studio -.-> module_src_routeUtils_ts
  module_src_runtime_actionSuppression_ts["src/runtime/actionSuppression.ts"]
  package__ankhorage_studio -.-> module_src_runtime_actionSuppression_ts
  module_src_runtime_appExtensionRegistry_ts["src/runtime/appExtensionRegistry.ts"]
  package__ankhorage_studio -.-> module_src_runtime_appExtensionRegistry_ts
  module_src_runtime_index_ts["src/runtime/index.ts"]
  package__ankhorage_studio -.-> module_src_runtime_index_ts
  module_src_runtime_localizationPreview_ts["src/runtime/localizationPreview.ts"]
  package__ankhorage_studio -.-> module_src_runtime_localizationPreview_ts
  module_src_runtime_overlay_test_ts["src/runtime/overlay.test.ts"]
  package__ankhorage_studio -.-> module_src_runtime_overlay_test_ts
  module_src_runtime_previewRegistry_ts["src/runtime/previewRegistry.ts"]
  package__ankhorage_studio -.-> module_src_runtime_previewRegistry_ts
  module_src_runtime_previewRuntimeConfig_ts["src/runtime/previewRuntimeConfig.ts"]
  package__ankhorage_studio -.-> module_src_runtime_previewRuntimeConfig_ts
  module_src_runtime_previewRuntimeConfig_ts --> module_src_runtime_actionSuppression_ts
  module_src_runtime_previewRuntimeConfig_ts --> module_src_runtime_previewRegistry_ts
  module_src_runtime_registry_tsx["src/runtime/registry.tsx"]
  package__ankhorage_studio -.-> module_src_runtime_registry_tsx
  module_src_runtime_registry_tsx --> module_src_runtime_appExtensionRegistry_ts
  module_src_runtime_runtimeActions_ts["src/runtime/runtimeActions.ts"]
  package__ankhorage_studio -.-> module_src_runtime_runtimeActions_ts
  module_src_runtime_useRuntimeAction_ts["src/runtime/useRuntimeAction.ts"]
  package__ankhorage_studio -.-> module_src_runtime_useRuntimeAction_ts
  module_src_runtime_useRuntimeAction_ts --> module_src_runtime_runtimeActions_ts
  module_src_runtimeDiagnosticsModel_test_ts["src/runtimeDiagnosticsModel.test.ts"]
  package__ankhorage_studio -.-> module_src_runtimeDiagnosticsModel_test_ts
  module_src_runtimeDiagnosticsModel_test_ts --> module_src_runtimeDiagnosticsModel_ts
  module_src_runtimeDiagnosticsModel_ts["src/runtimeDiagnosticsModel.ts"]
  package__ankhorage_studio -.-> module_src_runtimeDiagnosticsModel_ts
  module_src_runtimeLocalization_public_test_ts["src/runtimeLocalization.public.test.ts"]
  package__ankhorage_studio -.-> module_src_runtimeLocalization_public_test_ts
  module_src_runtimeLocalization_public_test_ts --> module_src_runtimeLocalization_ts
  module_src_runtimeLocalization_test_ts["src/runtimeLocalization.test.ts"]
  package__ankhorage_studio -.-> module_src_runtimeLocalization_test_ts
  module_src_runtimeLocalization_test_ts --> module_src_runtimeLocalization_ts
  module_src_runtimeLocalization_ts["src/runtimeLocalization.ts"]
  package__ankhorage_studio -.-> module_src_runtimeLocalization_ts
  module_src_secretResponseGuard_test_ts["src/secretResponseGuard.test.ts"]
  package__ankhorage_studio -.-> module_src_secretResponseGuard_test_ts
  module_src_secretResponseGuard_test_ts --> module_src_secretResponseGuard_ts
  module_src_secretResponseGuard_ts["src/secretResponseGuard.ts"]
  package__ankhorage_studio -.-> module_src_secretResponseGuard_ts
  module_src_studioAdminRouteModel_test_ts["src/studioAdminRouteModel.test.ts"]
  package__ankhorage_studio -.-> module_src_studioAdminRouteModel_test_ts
  module_src_studioAdminRouteModel_test_ts --> module_src_studioAdminRouteModel_ts
  module_src_studioAdminRouteModel_ts["src/studioAdminRouteModel.ts"]
  package__ankhorage_studio -.-> module_src_studioAdminRouteModel_ts
  module_src_studioAdminRouteModel_ts --> module_src_index_ts
  module_src_studioSelectionModel_knip_test_ts["src/studioSelectionModel.knip.test.ts"]
  package__ankhorage_studio -.-> module_src_studioSelectionModel_knip_test_ts
  module_src_studioSelectionModel_knip_test_ts --> module_src_studioSelectionModel_ts
  module_src_studioSelectionModel_test_ts["src/studioSelectionModel.test.ts"]
  package__ankhorage_studio -.-> module_src_studioSelectionModel_test_ts
  module_src_studioSelectionModel_test_ts --> module_src_studioSelectionModel_ts
  module_src_studioSelectionModel_ts["src/studioSelectionModel.ts"]
  package__ankhorage_studio -.-> module_src_studioSelectionModel_ts
-   module_src_ui_AnkhAdmin_test_ts["src/ui/AnkhAdmin.test.ts"]
-   package__ankhorage_studio -.-> module_src_ui_AnkhAdmin_test_ts
-   module_src_ui_AnkhAdmin_tsx["src/ui/AnkhAdmin.tsx"]
-   package__ankhorage_studio -.-> module_src_ui_AnkhAdmin_tsx
-   module_src_ui_AnkhAdmin_tsx --> module_src_core_StudioContext_ts
-   module_src_ui_AnkhAdmin_tsx --> module_src_index_ts
-   module_src_ui_AnkhAdmin_tsx --> module_src_manifestState_ts
-   module_src_ui_AnkhAdmin_tsx --> module_src_studioAdminRouteModel_ts
-   module_src_ui_AnkhAdmin_tsx --> module_src_ui_StudioAdminOverlay_tsx
-   module_src_ui_AnkhAdmin_tsx --> module_src_ui_StudioAuthSettingsOverlay_tsx
+   module_src_ui_admin_adminPagePrimitives_tsx["src/ui/admin/adminPagePrimitives.tsx"]
+   package__ankhorage_studio -.-> module_src_ui_admin_adminPagePrimitives_tsx
+   module_src_ui_admin_adminPageUtils_ts["src/ui/admin/adminPageUtils.ts"]
+   package__ankhorage_studio -.-> module_src_ui_admin_adminPageUtils_ts
+   module_src_ui_admin_AnkhAdminPage_test_ts["src/ui/admin/AnkhAdminPage.test.ts"]
+   package__ankhorage_studio -.-> module_src_ui_admin_AnkhAdminPage_test_ts
+   module_src_ui_admin_AnkhAdminPage_tsx["src/ui/admin/AnkhAdminPage.tsx"]
+   package__ankhorage_studio -.-> module_src_ui_admin_AnkhAdminPage_tsx
+   module_src_ui_admin_AnkhAdminPage_tsx --> module_src_core_StudioContext_ts
+   module_src_ui_admin_AnkhAdminPage_tsx --> module_src_index_ts
+   module_src_ui_admin_AnkhAdminPage_tsx --> module_src_studioAdminRouteModel_ts
+   module_src_ui_admin_AnkhAdminPage_tsx --> module_src_ui_admin_pages_ApisAdminPage_tsx
+   module_src_ui_admin_AnkhAdminPage_tsx --> module_src_ui_admin_pages_AuthAdminPage_tsx
+   module_src_ui_admin_AnkhAdminPage_tsx --> module_src_ui_admin_pages_OverviewAdminPage_tsx
+   module_src_ui_admin_AnkhAdminPage_tsx --> module_src_ui_admin_pages_PropertiesAdminPage_tsx
+   module_src_ui_admin_AnkhAdminPage_tsx --> module_src_ui_admin_pages_SecretsAdminPage_tsx
+   module_src_ui_admin_AnkhAdminPage_tsx --> module_src_ui_admin_pages_ThemeAdminPage_tsx
+   module_src_ui_admin_AnkhAdminShell_test_ts["src/ui/admin/AnkhAdminShell.test.ts"]
+   package__ankhorage_studio -.-> module_src_ui_admin_AnkhAdminShell_test_ts
+   module_src_ui_admin_AnkhAdminShell_tsx["src/ui/admin/AnkhAdminShell.tsx"]
+   package__ankhorage_studio -.-> module_src_ui_admin_AnkhAdminShell_tsx
+   module_src_ui_admin_AnkhAdminShell_tsx --> module_src_core_StudioContext_ts
+   module_src_ui_admin_AnkhAdminShell_tsx --> module_src_index_ts
+   module_src_ui_admin_AnkhAdminShell_tsx --> module_src_studioAdminRouteModel_ts
+   module_src_ui_admin_pages_ApisAdminPage_tsx["src/ui/admin/pages/ApisAdminPage.tsx"]
+   package__ankhorage_studio -.-> module_src_ui_admin_pages_ApisAdminPage_tsx
+   module_src_ui_admin_pages_ApisAdminPage_tsx --> module_src_core_StudioContext_ts
+   module_src_ui_admin_pages_ApisAdminPage_tsx --> module_src_index_ts
+   module_src_ui_admin_pages_ApisAdminPage_tsx --> module_src_ui_admin_adminPagePrimitives_tsx
+   module_src_ui_admin_pages_ApisAdminPage_tsx --> module_src_ui_admin_adminPageUtils_ts
+   module_src_ui_admin_pages_AuthAdminPage_test_ts["src/ui/admin/pages/AuthAdminPage.test.ts"]
+   package__ankhorage_studio -.-> module_src_ui_admin_pages_AuthAdminPage_test_ts
+   module_src_ui_admin_pages_AuthAdminPage_tsx["src/ui/admin/pages/AuthAdminPage.tsx"]
+   package__ankhorage_studio -.-> module_src_ui_admin_pages_AuthAdminPage_tsx
+   module_src_ui_admin_pages_AuthAdminPage_tsx --> module_src_authSettings_ts
+   module_src_ui_admin_pages_AuthAdminPage_tsx --> module_src_index_ts
+   module_src_ui_admin_pages_AuthAdminPage_tsx --> module_src_projectAuthApi_ts
+   module_src_ui_admin_pages_AuthAdminPage_tsx --> module_src_projectAuthHealth_ts
+   module_src_ui_admin_pages_AuthAdminPage_tsx --> module_src_projectSecretApi_ts
+   module_src_ui_admin_pages_OverviewAdminPage_tsx["src/ui/admin/pages/OverviewAdminPage.tsx"]
+   package__ankhorage_studio -.-> module_src_ui_admin_pages_OverviewAdminPage_tsx
+   module_src_ui_admin_pages_OverviewAdminPage_tsx --> module_src_core_StudioContext_ts
+   module_src_ui_admin_pages_OverviewAdminPage_tsx --> module_src_ui_admin_adminPagePrimitives_tsx
+   module_src_ui_admin_pages_PropertiesAdminPage_test_ts["src/ui/admin/pages/PropertiesAdminPage.test.ts"]
+   package__ankhorage_studio -.-> module_src_ui_admin_pages_PropertiesAdminPage_test_ts
+   module_src_ui_admin_pages_PropertiesAdminPage_tsx["src/ui/admin/pages/PropertiesAdminPage.tsx"]
+   package__ankhorage_studio -.-> module_src_ui_admin_pages_PropertiesAdminPage_tsx
+   module_src_ui_admin_pages_PropertiesAdminPage_tsx --> module_src_core_StudioContext_ts
+   module_src_ui_admin_pages_PropertiesAdminPage_tsx --> module_src_manifestState_ts
+   module_src_ui_admin_pages_PropertiesAdminPage_tsx --> module_src_ui_admin_adminPagePrimitives_tsx
+   module_src_ui_admin_pages_PropertiesAdminPage_tsx --> module_src_ui_admin_adminPageUtils_ts
+   module_src_ui_admin_pages_SecretsAdminPage_test_ts["src/ui/admin/pages/SecretsAdminPage.test.ts"]
+   package__ankhorage_studio -.-> module_src_ui_admin_pages_SecretsAdminPage_test_ts
+   module_src_ui_admin_pages_SecretsAdminPage_tsx["src/ui/admin/pages/SecretsAdminPage.tsx"]
+   package__ankhorage_studio -.-> module_src_ui_admin_pages_SecretsAdminPage_tsx
+   module_src_ui_admin_pages_SecretsAdminPage_tsx --> module_src_projectSecretApi_ts
+   module_src_ui_admin_pages_SecretsAdminPage_tsx --> module_src_projectSecretUsage_ts
+   module_src_ui_admin_pages_ThemeAdminPage_tsx["src/ui/admin/pages/ThemeAdminPage.tsx"]
+   package__ankhorage_studio -.-> module_src_ui_admin_pages_ThemeAdminPage_tsx
+   module_src_ui_admin_pages_ThemeAdminPage_tsx --> module_src_core_StudioContext_ts
+   module_src_ui_admin_pages_ThemeAdminPage_tsx --> module_src_index_ts
+   module_src_ui_admin_pages_ThemeAdminPage_tsx --> module_src_ui_admin_adminPagePrimitives_tsx
  module_src_ui_AnkhStudio_ts["src/ui/AnkhStudio.ts"]
  package__ankhorage_studio -.-> module_src_ui_AnkhStudio_ts
  module_src_ui_AnkhStudio_ts --> module_src_core_StudioContext_ts
-   module_src_ui_StudioAdminOverlay_test_ts["src/ui/StudioAdminOverlay.test.ts"]
-   package__ankhorage_studio -.-> module_src_ui_StudioAdminOverlay_test_ts
-   module_src_ui_StudioAdminOverlay_tsx["src/ui/StudioAdminOverlay.tsx"]
-   package__ankhorage_studio -.-> module_src_ui_StudioAdminOverlay_tsx
-   module_src_ui_StudioAdminOverlay_tsx --> module_src_projectSecretApi_ts
-   module_src_ui_StudioAdminOverlay_tsx --> module_src_projectSecretUsage_ts
-   module_src_ui_StudioAuthSettingsOverlay_test_ts["src/ui/StudioAuthSettingsOverlay.test.ts"]
-   package__ankhorage_studio -.-> module_src_ui_StudioAuthSettingsOverlay_test_ts
-   module_src_ui_StudioAuthSettingsOverlay_tsx["src/ui/StudioAuthSettingsOverlay.tsx"]
-   package__ankhorage_studio -.-> module_src_ui_StudioAuthSettingsOverlay_tsx
-   module_src_ui_StudioAuthSettingsOverlay_tsx --> module_src_authSettings_ts
-   module_src_ui_StudioAuthSettingsOverlay_tsx --> module_src_index_ts
-   module_src_ui_StudioAuthSettingsOverlay_tsx --> module_src_projectAuthApi_ts
-   module_src_ui_StudioAuthSettingsOverlay_tsx --> module_src_projectAuthHealth_ts
-   module_src_ui_StudioAuthSettingsOverlay_tsx --> module_src_projectSecretApi_ts
  module_src_ui_useStudioAppBarAugmentation_test_ts["src/ui/useStudioAppBarAugmentation.test.ts"]
  package__ankhorage_studio -.-> module_src_ui_useStudioAppBarAugmentation_test_ts
  module_src_ui_useStudioAppBarAugmentation_ts["src/ui/useStudioAppBarAugmentation.ts"]
  package__ankhorage_studio -.-> module_src_ui_useStudioAppBarAugmentation_ts
  module_src_ui_useStudioAppBarAugmentation_ts --> module_src_core_StudioContext_ts
  module_src_ui_useStudioAppBarAugmentation_ts --> module_src_studioAdminRouteModel_ts
  module_src_utils_treeUtils_ts["src/utils/treeUtils.ts"]
  package__ankhorage_studio -.-> module_src_utils_treeUtils_ts
  module_src_utils_treeUtils_ts --> module_src_index_ts
